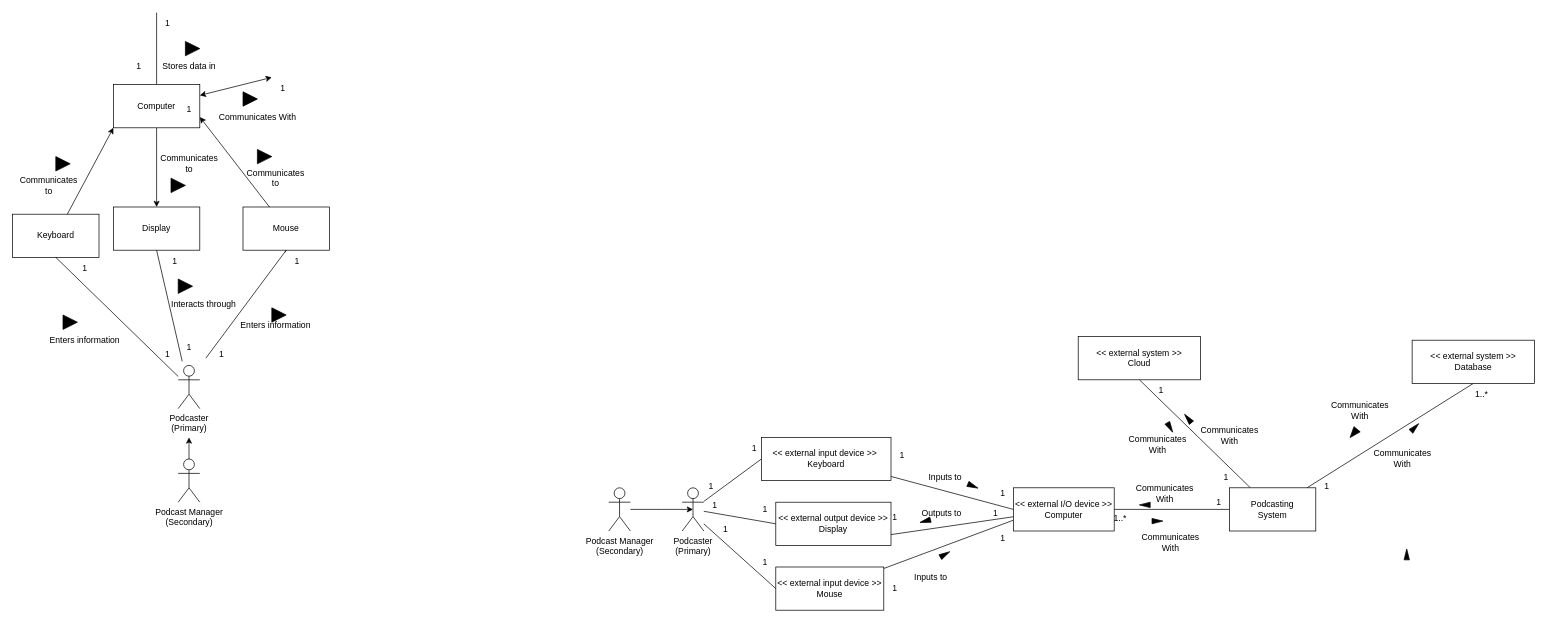
Glizzus/COMP-3700 keeps this draw.io diagram as D3-SystemContextClassModel/systemcontext.drawio. Above is the earlier version. Source tidied: cells renumbered, new cells numbered last; positions are measured from the earlier drawing's top-left corner, leaving out a move shared by most shapes. Both pictures are drawn from the tidied source at 72%, with x=0, y=0 at pixel (12, 12).
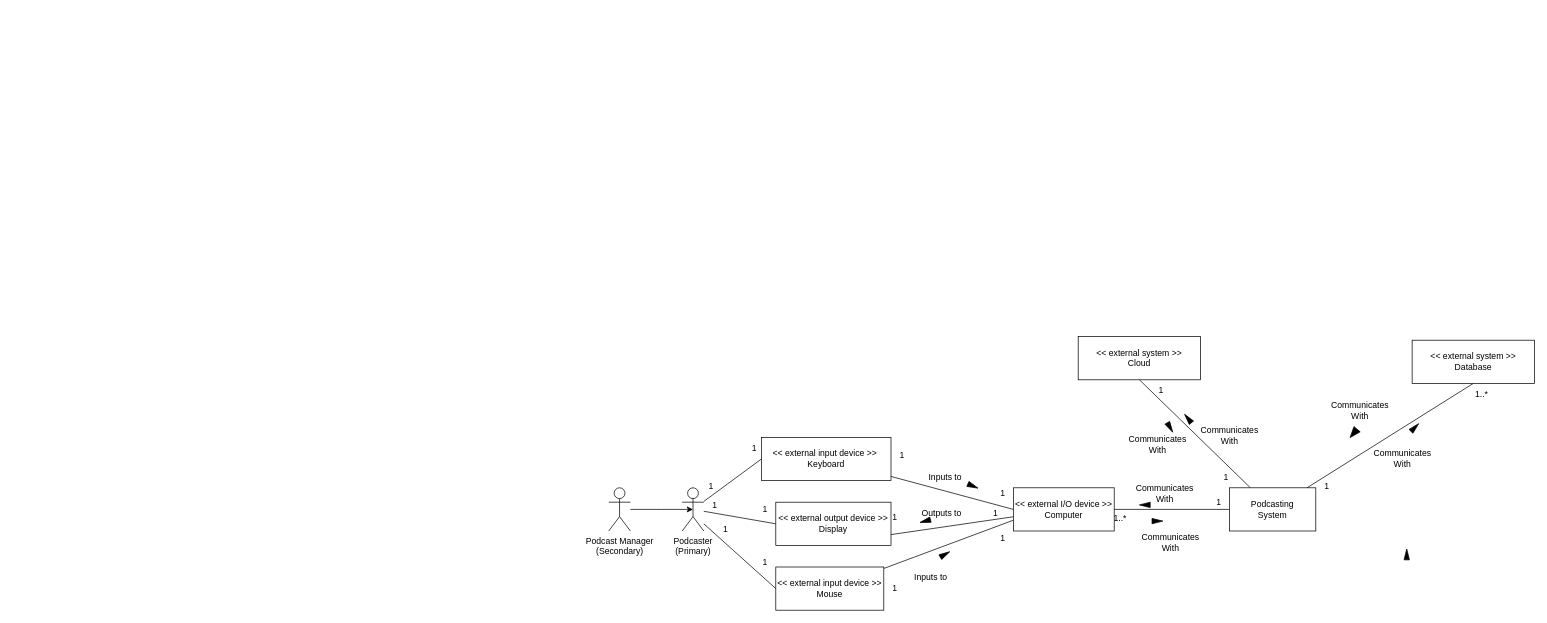
Above is the later version.

Commit message:
removed old diagram from system context

The edit, as a diff of the source:
```diff
@@
-    <mxCell id="2" style="rounded=0;orthogonalLoop=1;jettySize=auto;html=1;entryX=0.5;entryY=1;entryDx=0;entryDy=0;endArrow=none;endFill=0;" parent="1" edge="1">
-      <mxGeometry relative="1" as="geometry">
-        <mxPoint x="378.5" y="333" as="sourcePoint" />
-        <mxPoint x="380" y="330" as="targetPoint" />
-      </mxGeometry>
-    </mxCell>
-    <mxCell id="3" value="Podcaster&lt;br&gt;(Primary)" style="shape=umlActor;verticalLabelPosition=bottom;verticalAlign=top;html=1;outlineConnect=0;" parent="1" vertex="1">
-      <mxGeometry x="230" y="490" width="30" height="60" as="geometry" />
-    </mxCell>
-    <mxCell id="4" value="1" style="text;html=1;align=center;verticalAlign=middle;strokeColor=none;fillColor=none;" parent="1" vertex="1">
-      <mxGeometry x="200" y="460" width="30" height="30" as="geometry" />
-    </mxCell>
-    <mxCell id="5" value="1" style="text;html=1;align=center;verticalAlign=middle;points=[];strokeColor=none;fillColor=none;" parent="1" vertex="1">
-      <mxGeometry x="230" y="450" width="30" height="30" as="geometry" />
-    </mxCell>
-    <mxCell id="6" value="1" style="text;html=1;align=center;verticalAlign=middle;strokeColor=none;fillColor=none;" parent="1" vertex="1">
-      <mxGeometry x="275" y="460" width="30" height="30" as="geometry" />
-    </mxCell>
-    <mxCell id="7" style="rounded=0;jettySize=auto;html=1;entryX=0;entryY=1;entryDx=0;entryDy=0;" parent="1" edge="1" source="8" target="21">
-      <mxGeometry relative="1" as="geometry" />
-    </mxCell>
-    <mxCell id="8" value="Keyboard" style="rounded=0;whiteSpace=wrap;html=1;" parent="1" vertex="1">
-      <mxGeometry y="280" width="120" height="60" as="geometry" />
-    </mxCell>
-    <mxCell id="9" style="rounded=0;jettySize=auto;html=1;entryX=1;entryY=0.75;entryDx=0;entryDy=0;" parent="1" edge="1" source="10" target="21">
-      <mxGeometry relative="1" as="geometry" />
-    </mxCell>
-    <mxCell id="10" value="Mouse" style="rounded=0;whiteSpace=wrap;html=1;" parent="1" vertex="1">
-      <mxGeometry x="320" y="270" width="120" height="60" as="geometry" />
-    </mxCell>
-    <mxCell id="11" style="edgeStyle=orthogonalEdgeStyle;rounded=0;orthogonalLoop=1;jettySize=auto;html=1;entryX=1;entryY=0;entryDx=0;entryDy=0;" parent="1" edge="1" source="12" target="12">
-      <mxGeometry relative="1" as="geometry">
-        <Array as="points">
-          <mxPoint x="240" y="270" />
-        </Array>
-      </mxGeometry>
-    </mxCell>
-    <mxCell id="12" value="Display" style="rounded=0;whiteSpace=wrap;html=1;" parent="1" vertex="1">
-      <mxGeometry x="140" y="270" width="120" height="60" as="geometry" />
-    </mxCell>
-    <mxCell id="13" value="Enters information" style="text;html=1;align=center;verticalAlign=middle;strokeColor=none;fillColor=none;" parent="1" vertex="1">
-      <mxGeometry x="40" y="440" width="120" height="30" as="geometry" />
-    </mxCell>
-    <mxCell id="14" value="Enters information" style="text;html=1;align=center;verticalAlign=middle;strokeColor=none;fillColor=none;" parent="1" vertex="1">
-      <mxGeometry x="305" y="420" width="120" height="30" as="geometry" />
-    </mxCell>
-    <mxCell id="15" style="rounded=0;jettySize=auto;html=1;entryX=0.5;entryY=1;entryDx=0;entryDy=0;endArrow=none;endFill=0;exitX=0.187;exitY=1.147;exitDx=0;exitDy=0;exitPerimeter=0;" parent="1" edge="1" source="5" target="12">
-      <mxGeometry relative="1" as="geometry" />
-    </mxCell>
-    <mxCell id="16" style="rounded=0;jettySize=auto;html=1;endArrow=none;endFill=0;exitX=0.5;exitY=1;exitDx=0;exitDy=0;" parent="1" edge="1" source="8" target="3">
-      <mxGeometry relative="1" as="geometry" />
-    </mxCell>
-    <mxCell id="17" style="rounded=0;jettySize=auto;html=1;entryX=0.5;entryY=1;entryDx=0;entryDy=0;endArrow=none;endFill=0;" parent="1" edge="1" target="10">
-      <mxGeometry relative="1" as="geometry">
-        <mxPoint x="268.4" y="480" as="sourcePoint" />
-      </mxGeometry>
-    </mxCell>
-    <mxCell id="18" style="edgeStyle=orthogonalEdgeStyle;rounded=0;jettySize=auto;html=1;entryX=0.5;entryY=1;entryDx=0;entryDy=0;endArrow=none;endFill=0;" parent="1" edge="1" source="21">
-      <mxGeometry relative="1" as="geometry">
-        <mxPoint x="200" as="targetPoint" />
-      </mxGeometry>
-    </mxCell>
-    <mxCell id="19" style="edgeStyle=orthogonalEdgeStyle;rounded=0;jettySize=auto;html=1;entryX=0.5;entryY=0;entryDx=0;entryDy=0;" parent="1" edge="1" source="21" target="12">
-      <mxGeometry relative="1" as="geometry" />
-    </mxCell>
-    <mxCell id="20" style="rounded=0;jettySize=auto;html=1;entryX=0;entryY=1;entryDx=0;entryDy=0;startArrow=classic;startFill=1;" parent="1" edge="1" source="21">
-      <mxGeometry relative="1" as="geometry">
-        <mxPoint x="360" y="90" as="targetPoint" />
-      </mxGeometry>
-    </mxCell>
-    <mxCell id="21" value="Computer" style="rounded=0;whiteSpace=wrap;html=1;" parent="1" vertex="1">
-      <mxGeometry x="140" y="100" width="120" height="60" as="geometry" />
-    </mxCell>
-    <mxCell id="22" style="edgeStyle=orthogonalEdgeStyle;rounded=0;jettySize=auto;html=1;" parent="1" edge="1" source="23">
-      <mxGeometry relative="1" as="geometry">
-        <mxPoint x="245" y="590" as="targetPoint" />
-      </mxGeometry>
-    </mxCell>
-    <mxCell id="23" value="Podcast Manager&lt;br&gt;(Secondary)" style="shape=umlActor;verticalLabelPosition=bottom;verticalAlign=top;html=1;outlineConnect=0;" parent="1" vertex="1">
-      <mxGeometry x="230" y="620" width="30" height="60" as="geometry" />
-    </mxCell>
-    <mxCell id="24" style="triangle;whiteSpace=wrap;html=1;fillColor=#000000;" parent="1" vertex="1">
-      <mxGeometry x="70" y="420" width="20" height="20" as="geometry" />
-    </mxCell>
-    <mxCell id="25" style="triangle;whiteSpace=wrap;html=1;fillColor=#000000;" parent="1" vertex="1">
-      <mxGeometry x="360" y="410" width="20" height="20" as="geometry" />
-    </mxCell>
-    <mxCell id="26" style="triangle;whiteSpace=wrap;html=1;fillColor=#000000;" parent="1" vertex="1">
-      <mxGeometry x="230" y="370" width="20" height="20" as="geometry" />
-    </mxCell>
-    <mxCell id="27" value="Interacts through" style="text;html=1;align=center;verticalAlign=middle;strokeColor=none;fillColor=none;" parent="1" vertex="1">
-      <mxGeometry x="210" y="390" width="110" height="30" as="geometry" />
-    </mxCell>
-    <mxCell id="28" value="Communicates&lt;br&gt;to" style="text;html=1;align=center;verticalAlign=middle;strokeColor=none;fillColor=none;" parent="1" vertex="1">
-      <mxGeometry y="220" width="100" height="40" as="geometry" />
-    </mxCell>
-    <mxCell id="29" value="Stores data in" style="text;html=1;align=center;verticalAlign=middle;strokeColor=none;fillColor=none;" parent="1" vertex="1">
-      <mxGeometry x="195" y="60" width="100" height="30" as="geometry" />
-    </mxCell>
-    <mxCell id="30" value="1" style="text;html=1;align=center;verticalAlign=middle;strokeColor=none;fillColor=none;" parent="1" vertex="1">
-      <mxGeometry x="85" y="340" width="30" height="30" as="geometry" />
-    </mxCell>
-    <mxCell id="31" value="1" style="text;html=1;align=center;verticalAlign=middle;strokeColor=none;fillColor=none;" parent="1" vertex="1">
-      <mxGeometry x="380" y="330" width="30" height="30" as="geometry" />
-    </mxCell>
-    <mxCell id="32" value="1" style="text;html=1;align=center;verticalAlign=middle;strokeColor=none;fillColor=none;" parent="1" vertex="1">
-      <mxGeometry x="210" y="330" width="30" height="30" as="geometry" />
-    </mxCell>
-    <mxCell id="33" value="1" style="text;html=1;align=center;verticalAlign=middle;strokeColor=none;fillColor=none;" parent="1" vertex="1">
-      <mxGeometry x="200" width="30" height="30" as="geometry" />
-    </mxCell>
-    <mxCell id="34" value="Communicates With" style="text;html=1;align=center;verticalAlign=middle;strokeColor=none;fillColor=none;" parent="1" vertex="1">
-      <mxGeometry x="275" y="130" width="130" height="30" as="geometry" />
-    </mxCell>
-    <mxCell id="35" value="1" style="text;html=1;align=center;verticalAlign=middle;strokeColor=none;fillColor=none;" parent="1" vertex="1">
-      <mxGeometry x="360" y="90" width="30" height="30" as="geometry" />
-    </mxCell>
-    <mxCell id="36" value="1" style="text;html=1;align=center;verticalAlign=middle;strokeColor=none;fillColor=none;" parent="1" vertex="1">
-      <mxGeometry x="230" y="120" width="30" height="30" as="geometry" />
-    </mxCell>
-    <mxCell id="37" value="Communicates&lt;br&gt;to" style="text;html=1;align=center;verticalAlign=middle;strokeColor=none;fillColor=none;" parent="1" vertex="1">
-      <mxGeometry x="315" y="210" width="100" height="40" as="geometry" />
-    </mxCell>
-    <mxCell id="38" value="Communicates&lt;br&gt;to" style="text;html=1;align=center;verticalAlign=middle;strokeColor=none;fillColor=none;" parent="1" vertex="1">
-      <mxGeometry x="195" y="190" width="100" height="40" as="geometry" />
-    </mxCell>
-    <mxCell id="39" style="triangle;whiteSpace=wrap;html=1;fillColor=#000000;" parent="1" vertex="1">
-      <mxGeometry x="340" y="190" width="20" height="20" as="geometry" />
-    </mxCell>
-    <mxCell id="40" style="triangle;whiteSpace=wrap;html=1;fillColor=#000000;" parent="1" vertex="1">
-      <mxGeometry x="220" y="230" width="20" height="20" as="geometry" />
-    </mxCell>
-    <mxCell id="41" style="triangle;whiteSpace=wrap;html=1;fillColor=#000000;" parent="1" vertex="1">
-      <mxGeometry x="60" y="200" width="20" height="20" as="geometry" />
-    </mxCell>
-    <mxCell id="42" style="triangle;whiteSpace=wrap;html=1;fillColor=#000000;" parent="1" vertex="1">
-      <mxGeometry x="320" y="110" width="20" height="20" as="geometry" />
-    </mxCell>
-    <mxCell id="43" style="triangle;whiteSpace=wrap;html=1;fillColor=#000000;" parent="1" vertex="1">
-      <mxGeometry x="240" y="40" width="20" height="20" as="geometry" />
-    </mxCell>
-    <mxCell id="44" value="1" style="text;html=1;align=center;verticalAlign=middle;strokeColor=none;fillColor=none;" parent="1" vertex="1">
-      <mxGeometry x="160" y="60" width="30" height="30" as="geometry" />
-    </mxCell>
```
